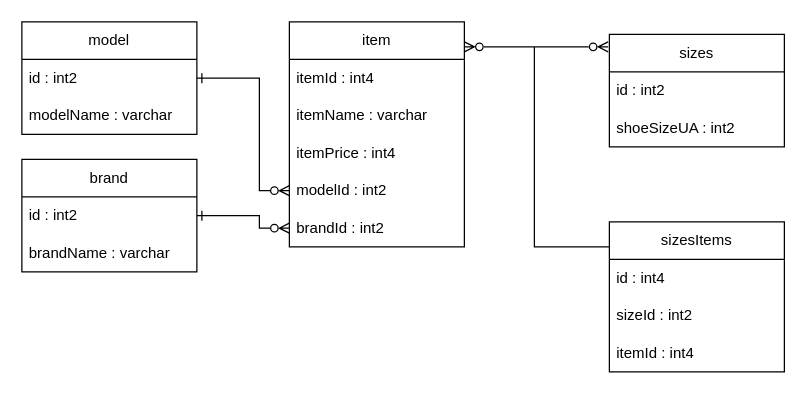
Habubinator/2023_Restowaves_TestTask keeps this draw.io diagram as database/schematic view/databaseModel.drawio. Above is the earlier version. Source tidied: cells renumbered, new cells numbered last; positions are measured from the earlier drawing's top-left corner, leaving out a move shared by most shapes. Both pictures are drawn from the tidied source at 125%, with x=0, y=0 at pixel (21, 21).
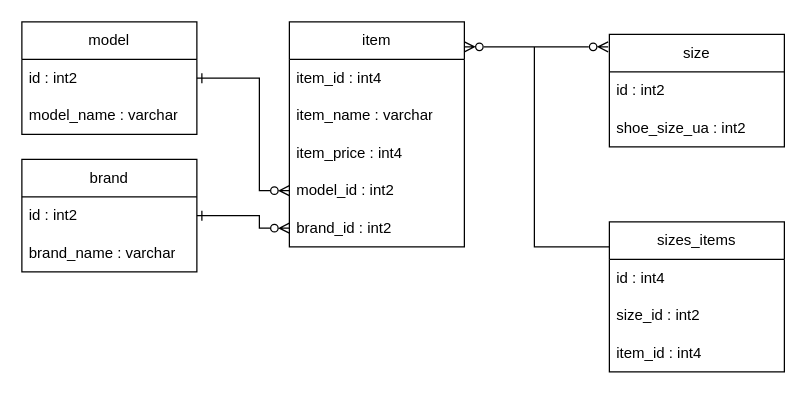
After the change.

Commit message (it also covers changes not shown here):
Database & Parsing working

The change refers to these unchanged cells:
```xml
<mxCell id="2" value="model" style="swimlane;fontStyle=0;horizontal=1;startSize=30;whiteSpace=wrap;html=1;" parent="1" vertex="1">
  <mxGeometry width="140" height="90" as="geometry" />
</mxCell>
<mxCell id="5" value="item" style="swimlane;fontStyle=0;horizontal=1;startSize=30;whiteSpace=wrap;html=1;" parent="1" vertex="1">
  <mxGeometry x="214" width="140" height="180" as="geometry" />
</mxCell>
<mxCell id="11" value="brand" style="swimlane;fontStyle=0;horizontal=1;startSize=30;whiteSpace=wrap;html=1;" parent="1" vertex="1">
  <mxGeometry y="110" width="140" height="90" as="geometry" />
</mxCell>
```

Diff of the diagram source:
```diff
@@
-    <mxCell id="4" value="modelName : varchar" style="text;strokeColor=none;fillColor=none;align=left;verticalAlign=middle;spacingLeft=4;spacingRight=4;overflow=hidden;whiteSpace=wrap;html=1;" parent="2" vertex="1">
+    <mxCell id="4" value="model_name : varchar" style="text;strokeColor=none;fillColor=none;align=left;verticalAlign=middle;spacingLeft=4;spacingRight=4;overflow=hidden;whiteSpace=wrap;html=1;" parent="2" vertex="1">
       <mxGeometry y="60" width="140" height="30" as="geometry" />
     </mxCell>
@@
-    <mxCell id="6" value="itemId : int4" style="text;strokeColor=none;fillColor=none;align=left;verticalAlign=middle;spacingLeft=4;spacingRight=4;overflow=hidden;whiteSpace=wrap;html=1;" parent="5" vertex="1">
+    <mxCell id="6" value="item_id : int4" style="text;strokeColor=none;fillColor=none;align=left;verticalAlign=middle;spacingLeft=4;spacingRight=4;overflow=hidden;whiteSpace=wrap;html=1;" parent="5" vertex="1">
       <mxGeometry y="30" width="140" height="30" as="geometry" />
     </mxCell>
-    <mxCell id="7" value="itemName : varchar" style="text;strokeColor=none;fillColor=none;align=left;verticalAlign=middle;spacingLeft=4;spacingRight=4;overflow=hidden;whiteSpace=wrap;html=1;" parent="5" vertex="1">
+    <mxCell id="7" value="item_name : varchar" style="text;strokeColor=none;fillColor=none;align=left;verticalAlign=middle;spacingLeft=4;spacingRight=4;overflow=hidden;whiteSpace=wrap;html=1;" parent="5" vertex="1">
       <mxGeometry y="60" width="140" height="30" as="geometry" />
     </mxCell>
-    <mxCell id="8" value="itemPrice : int4" style="text;strokeColor=none;fillColor=none;align=left;verticalAlign=middle;spacingLeft=4;spacingRight=4;overflow=hidden;whiteSpace=wrap;html=1;" parent="5" vertex="1">
+    <mxCell id="8" value="item_price : int4" style="text;strokeColor=none;fillColor=none;align=left;verticalAlign=middle;spacingLeft=4;spacingRight=4;overflow=hidden;whiteSpace=wrap;html=1;" parent="5" vertex="1">
       <mxGeometry y="90" width="140" height="30" as="geometry" />
     </mxCell>
-    <mxCell id="9" value="modelId : int2" style="text;strokeColor=none;fillColor=none;align=left;verticalAlign=middle;spacingLeft=4;spacingRight=4;overflow=hidden;points=[[0,0.5],[1,0.5]];portConstraint=eastwest;whiteSpace=wrap;html=1;" parent="5" vertex="1">
+    <mxCell id="9" value="model_id : int2" style="text;strokeColor=none;fillColor=none;align=left;verticalAlign=middle;spacingLeft=4;spacingRight=4;overflow=hidden;points=[[0,0.5],[1,0.5]];portConstraint=eastwest;whiteSpace=wrap;html=1;" parent="5" vertex="1">
       <mxGeometry y="120" width="140" height="30" as="geometry" />
     </mxCell>
-    <mxCell id="10" value="brandId : int2" style="text;strokeColor=none;fillColor=none;align=left;verticalAlign=middle;spacingLeft=4;spacingRight=4;overflow=hidden;points=[[0,0.5],[1,0.5]];portConstraint=eastwest;whiteSpace=wrap;html=1;" parent="5" vertex="1">
+    <mxCell id="10" value="brand_id : int2" style="text;strokeColor=none;fillColor=none;align=left;verticalAlign=middle;spacingLeft=4;spacingRight=4;overflow=hidden;points=[[0,0.5],[1,0.5]];portConstraint=eastwest;whiteSpace=wrap;html=1;" parent="5" vertex="1">
       <mxGeometry y="150" width="140" height="30" as="geometry" />
     </mxCell>
@@
-    <mxCell id="13" value="brandName : varchar" style="text;strokeColor=none;fillColor=none;align=left;verticalAlign=middle;spacingLeft=4;spacingRight=4;overflow=hidden;whiteSpace=wrap;html=1;" parent="11" vertex="1">
+    <mxCell id="13" value="brand_name : varchar" style="text;strokeColor=none;fillColor=none;align=left;verticalAlign=middle;spacingLeft=4;spacingRight=4;overflow=hidden;whiteSpace=wrap;html=1;" parent="11" vertex="1">
       <mxGeometry y="60" width="140" height="30" as="geometry" />
     </mxCell>
-    <mxCell id="14" value="sizes" style="swimlane;fontStyle=0;horizontal=1;startSize=30;whiteSpace=wrap;html=1;" parent="1" vertex="1">
+    <mxCell id="14" value="size" style="swimlane;fontStyle=0;horizontal=1;startSize=30;whiteSpace=wrap;html=1;" parent="1" vertex="1">
       <mxGeometry x="470" y="10" width="140" height="90" as="geometry" />
     </mxCell>
@@
-    <mxCell id="16" value="shoeSizeUA : int2" style="text;strokeColor=none;fillColor=none;align=left;verticalAlign=middle;spacingLeft=4;spacingRight=4;overflow=hidden;whiteSpace=wrap;html=1;" parent="14" vertex="1">
+    <mxCell id="16" value="shoe_size_ua : int2" style="text;strokeColor=none;fillColor=none;align=left;verticalAlign=middle;spacingLeft=4;spacingRight=4;overflow=hidden;whiteSpace=wrap;html=1;" parent="14" vertex="1">
       <mxGeometry y="60" width="140" height="30" as="geometry" />
     </mxCell>
@@
-    <mxCell id="21" value="sizesItems" style="swimlane;fontStyle=0;horizontal=1;startSize=30;whiteSpace=wrap;html=1;" parent="1" vertex="1">
+    <mxCell id="21" value="sizes_items" style="swimlane;fontStyle=0;horizontal=1;startSize=30;whiteSpace=wrap;html=1;" parent="1" vertex="1">
       <mxGeometry x="470" y="160" width="140" height="120" as="geometry" />
     </mxCell>
@@
-    <mxCell id="23" value="sizeId : int2" style="text;strokeColor=none;fillColor=none;align=left;verticalAlign=middle;spacingLeft=4;spacingRight=4;overflow=hidden;whiteSpace=wrap;html=1;" parent="21" vertex="1">
+    <mxCell id="23" value="size_id : int2" style="text;strokeColor=none;fillColor=none;align=left;verticalAlign=middle;spacingLeft=4;spacingRight=4;overflow=hidden;whiteSpace=wrap;html=1;" parent="21" vertex="1">
       <mxGeometry y="60" width="140" height="30" as="geometry" />
     </mxCell>
-    <mxCell id="24" value="itemId : int4" style="text;strokeColor=none;fillColor=none;align=left;verticalAlign=middle;spacingLeft=4;spacingRight=4;overflow=hidden;whiteSpace=wrap;html=1;" parent="21" vertex="1">
+    <mxCell id="24" value="item_id : int4" style="text;strokeColor=none;fillColor=none;align=left;verticalAlign=middle;spacingLeft=4;spacingRight=4;overflow=hidden;whiteSpace=wrap;html=1;" parent="21" vertex="1">
       <mxGeometry y="90" width="140" height="30" as="geometry" />
     </mxCell>
```
